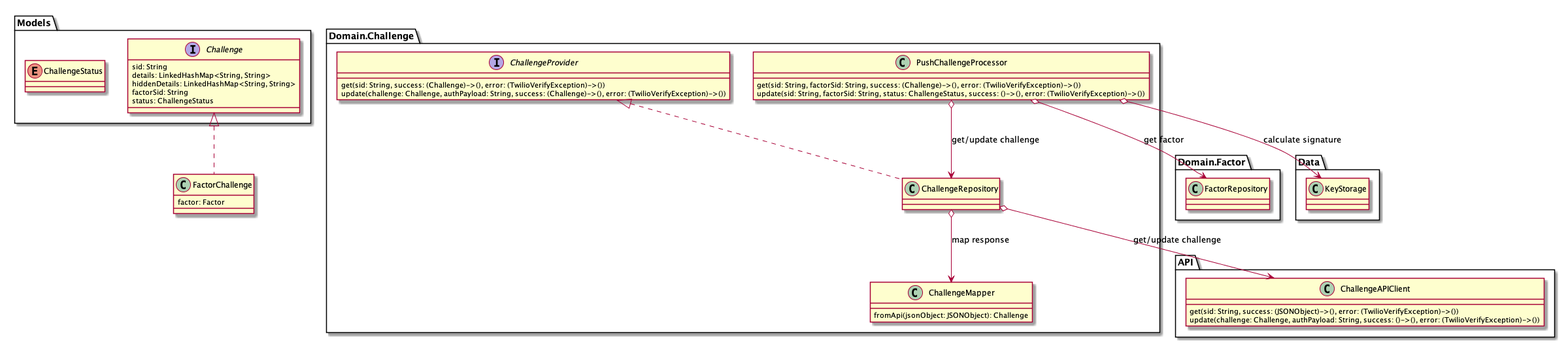
twilio/twilio-verify-android keeps this PlantUML diagram as diagrams/Challenge/Challenge.png. Above is the earlier version.
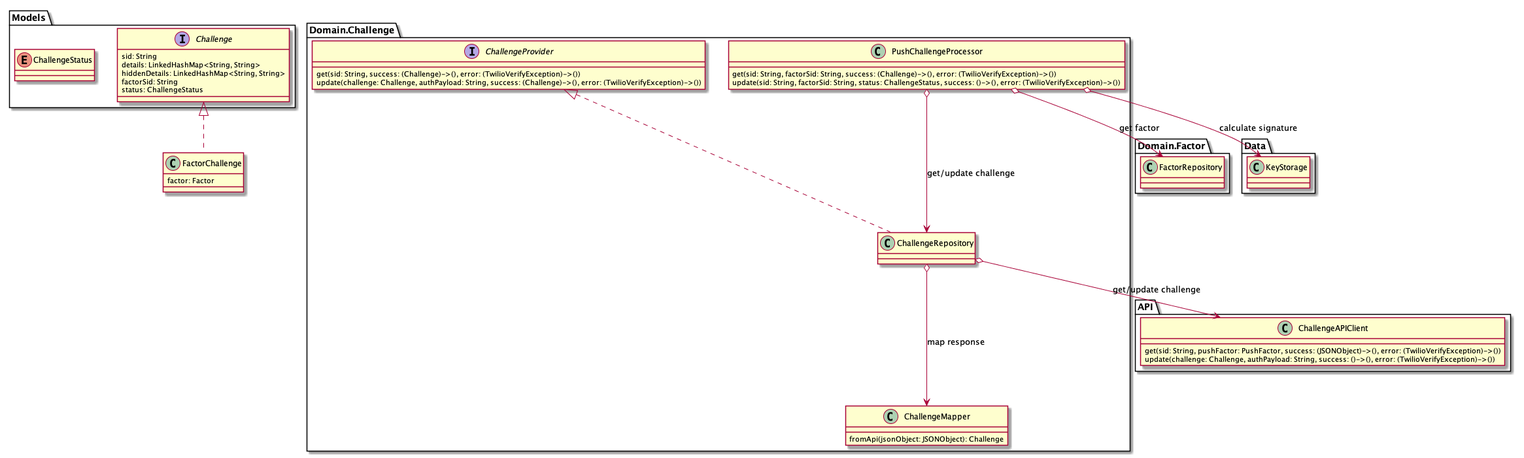
Above is the later version.

Commit message:
Get challenge

Change to the diagram source:
```diff
@@ -16,7 +16,7 @@
     fromApi(jsonObject: JSONObject): Challenge
 }
 class API.ChallengeAPIClient {
-    get(sid: String, success: (JSONObject)->(), error: (TwilioVerifyException)->())
+    get(sid: String, pushFactor: PushFactor, success: (JSONObject)->(), error: (TwilioVerifyException)->())
     update(challenge: Challenge, authPayload: String, success: ()->(), error: (TwilioVerifyException)->())
 }
 interface Domain.Challenge.ChallengeProvider {
```
